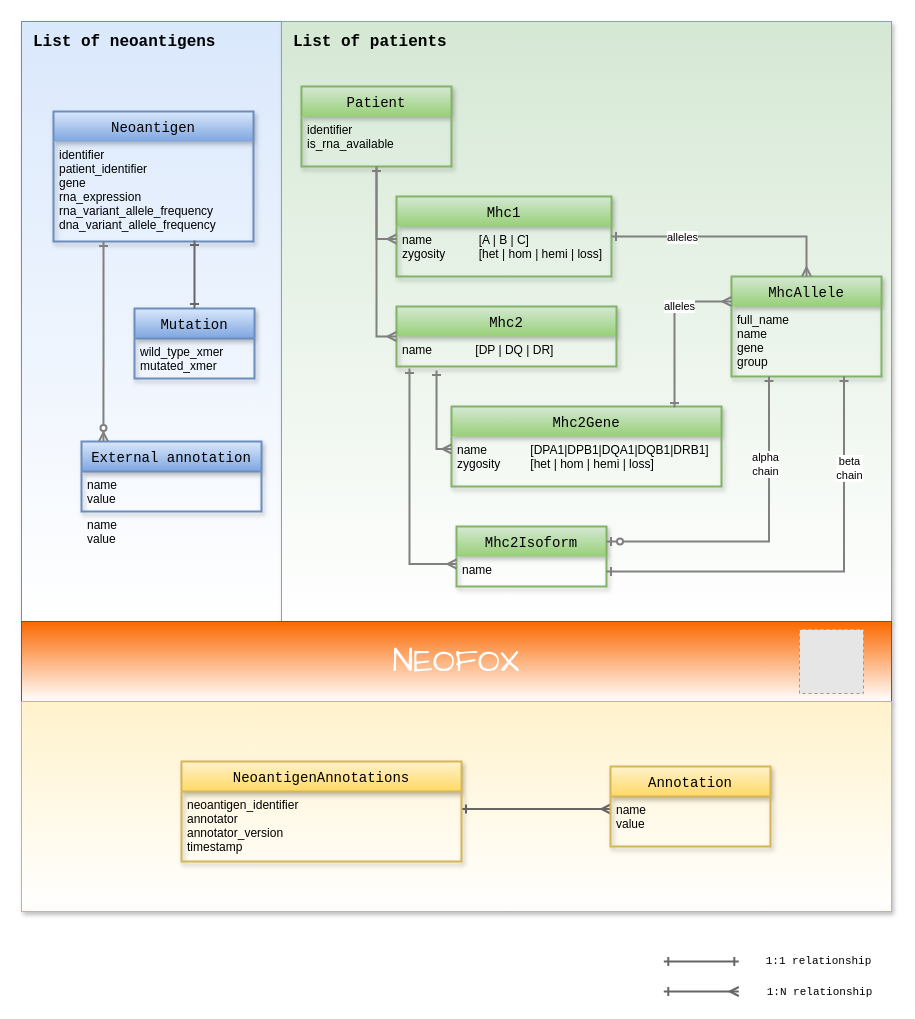
TRON-Bioinformatics/neofox keeps this draw.io diagram as docs/figures/neofox_model.drawio. Above is the earlier version. Source tidied: cells renumbered, new cells numbered last; positions are measured from the earlier drawing's top-left corner, leaving out a move shared by most shapes. Both pictures are drawn from the tidied source at 100%, with x=0, y=0 at pixel (21, 21). Pictures stored in the file or linked from it are replaced by grey dashed boxes.
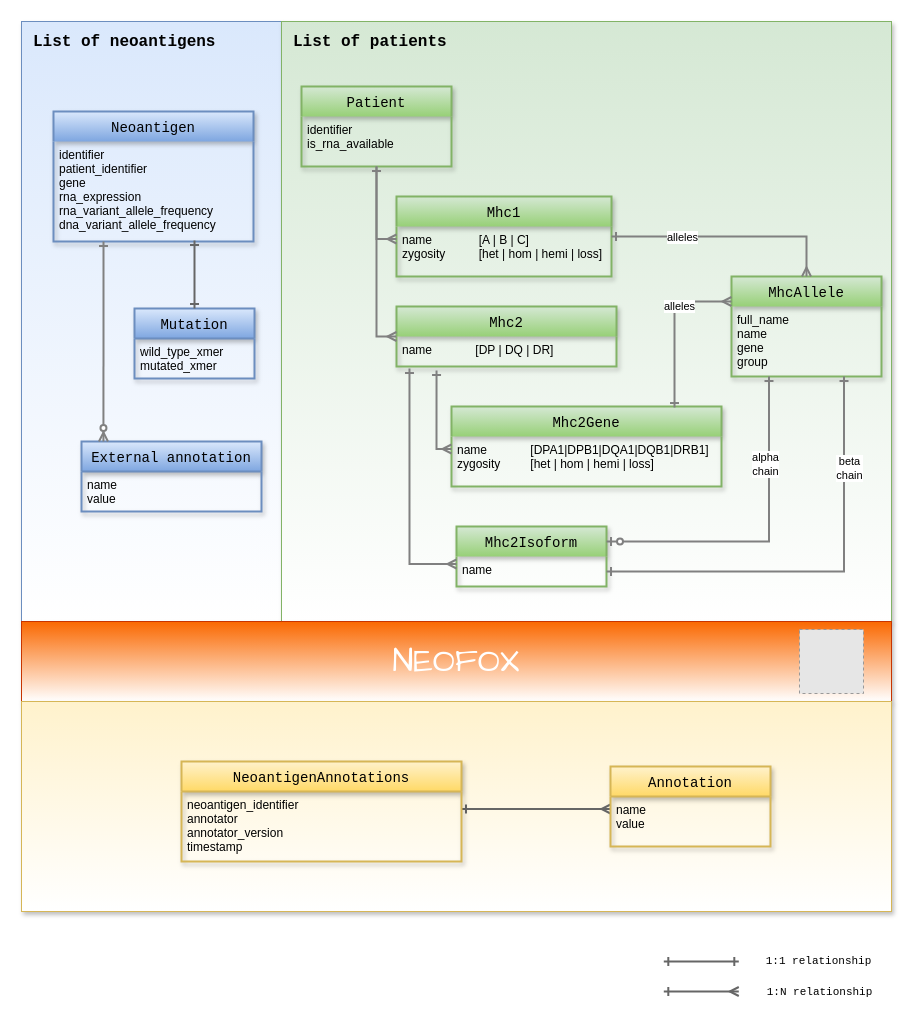
After the change.

Commit message (it also covers changes not shown here):
remove an mistaken copy paste from model figure

The change refers to these unchanged cells:
```xml
<mxCell id="10" value="External annotation" style="swimlane;horizontal=1;startSize=30;rounded=0;fontSize=14;fontStyle=0;strokeWidth=2;shadow=1;dashed=0;align=center;fontFamily=Courier New;gradientColor=#7ea6e0;fillColor=#dae8fc;strokeColor=#6c8ebf;sketch=0;" parent="2" vertex="1">
  <mxGeometry x="60" y="420" width="180" height="70" as="geometry" />
</mxCell>
```

Diff of the diagram source:
```diff
@@
-    <mxCell id="12" value="name&#10;value&#10;" style="align=left;strokeColor=none;fillColor=none;spacingLeft=4;fontSize=12;verticalAlign=top;" parent="10" vertex="1">
-      <mxGeometry y="70" width="180" as="geometry" />
-    </mxCell>
```
